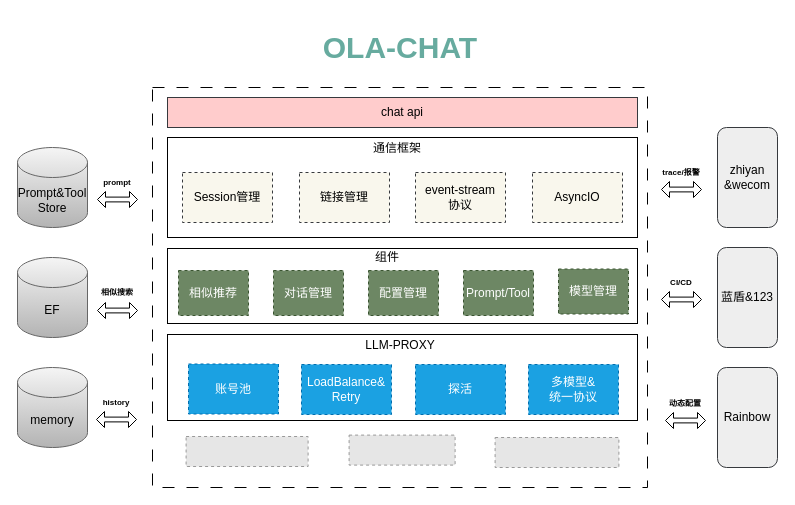
Earlier version of the draw.io diagram ola_chat_infra.drawio (learn2Pro/draw_io_save). Source tidied: cells renumbered, new cells numbered last; positions are measured from the earlier drawing's top-left corner, leaving out a move shared by most shapes. Both pictures are drawn from the tidied source at 100%, with x=0, y=0 at pixel (17, 17). Pictures stored in the file or linked from it are replaced by grey dashed boxes.
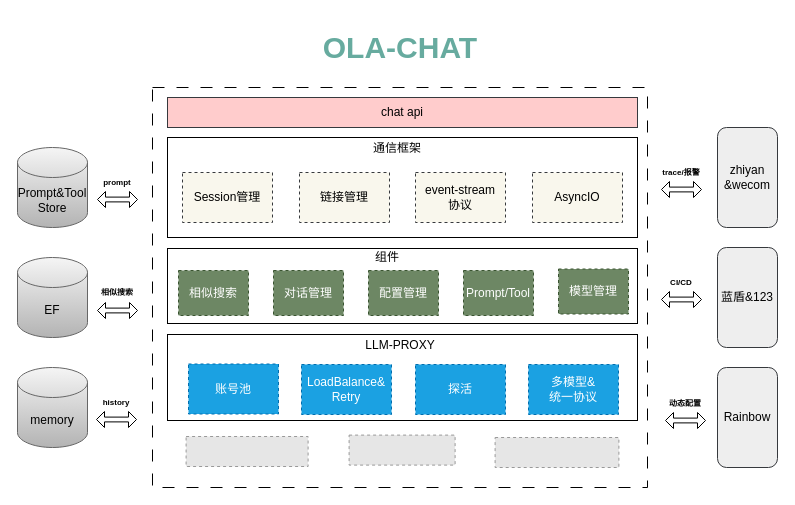
After the change.

The edit, as a diff of the source:
```diff
@@
-    <mxCell id="51" value="相似推荐" style="rounded=0;whiteSpace=wrap;html=1;fillColor=#6d8764;strokeColor=#3A5431;dashed=1;fontColor=#ffffff;" parent="1" vertex="1">
+    <mxCell id="51" value="相似搜索" style="rounded=0;whiteSpace=wrap;html=1;fillColor=#6d8764;strokeColor=#3A5431;dashed=1;fontColor=#ffffff;" parent="1" vertex="1">
       <mxGeometry x="161" y="253" width="70" height="45" as="geometry" />
     </mxCell>
```
